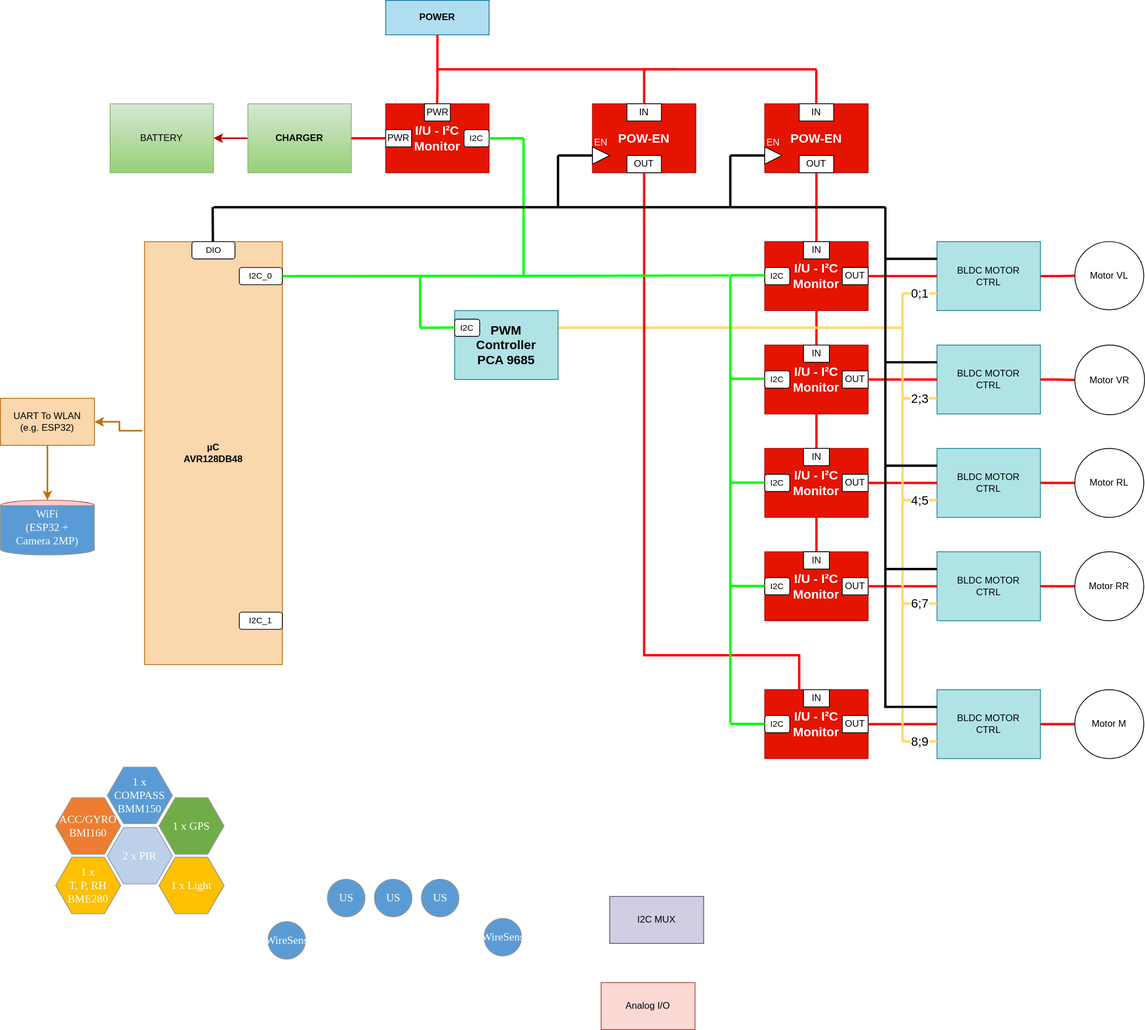
This is docs/Konzept_1.drawio.svg from JakobThiessen/RoboticLawnMower, a draw.io export, as it was before one commit. Source tidied: cells renumbered, new cells last; positions are measured from the earlier drawing's top-left corner, leaving out a move shared by most shapes.
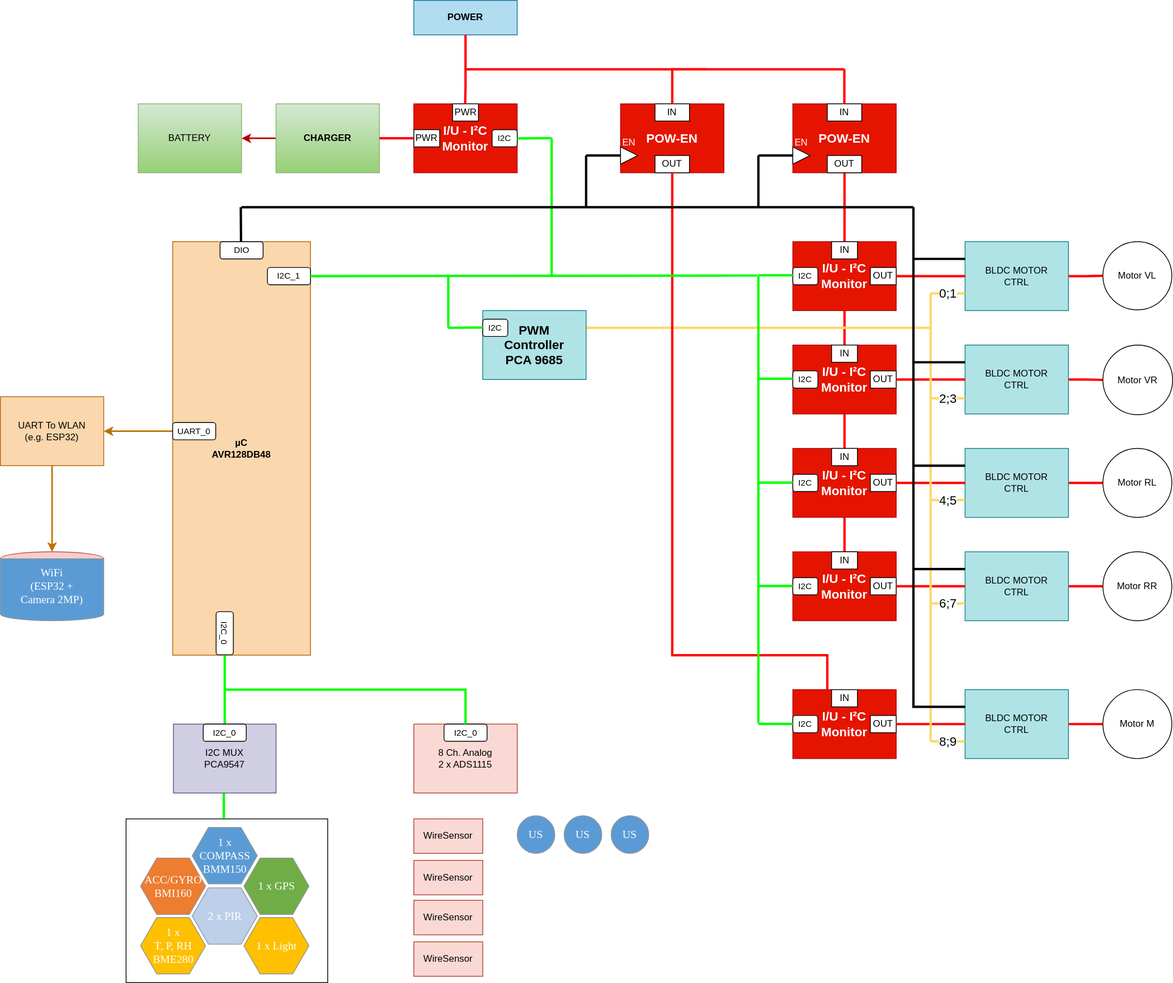
The same diagram one commit later.

Change to the diagram source:
```diff
@@ -2,65 +2,56 @@
   <root>
     <mxCell id="0" />
     <mxCell id="1" parent="0" />
+    <mxCell id="138" style="rounded=0;whiteSpace=wrap;html=1;fontSize=16;fontColor=#000000;" parent="1" vertex="1">
+      <mxGeometry x="124.5" y="1045" width="257.5" height="209" as="geometry" />
+    </mxCell>
     <mxCell id="2" style="edgeStyle=orthogonalEdgeStyle;rounded=0;jettySize=auto;html=1;entryX=0.5;entryY=0;entryDx=0;entryDy=0;fontSize=16;fontColor=#000000;strokeColor=#FF0000;strokeWidth=3;endArrow=none;endFill=0;" parent="1" edge="1" source="48" target="68">
       <mxGeometry relative="1" as="geometry" />
     </mxCell>
     <mxCell id="3" style="vsdxID=5;fillColor=#5b9bd5;gradientColor=none;shape=(stored shape, 216 characters);strokeColor=#939393;labelBackgroundColor=none;rounded=0;html=1;whiteSpace=wrap;" parent="1" vertex="1">
-      <mxGeometry x="417.5" y="1122" width="48" height="48" as="geometry" />
+      <mxGeometry x="624" y="1041" width="48" height="48" as="geometry" />
     </mxCell>
     <mxCell id="4" value="&lt;div style=&quot;font-size: 1px&quot;&gt;&lt;font style=&quot;font-size:14.11px;font-family:Calibri;color:#feffff;direction:ltr;letter-spacing:0px;line-height:120%;opacity:1&quot;&gt;US&lt;br/&gt;&lt;/font&gt;&lt;/div&gt;" style="text;vsdxID=5;fillColor=none;gradientColor=none;strokeColor=none;labelBackgroundColor=none;rounded=0;html=1;whiteSpace=wrap;verticalAlign=middle;align=center;html=1;" parent="3" vertex="1">
       <mxGeometry x="3" y="6" width="42" height="36" as="geometry" />
     </mxCell>
     <mxCell id="5" style="vsdxID=6;fillColor=#5b9bd5;gradientColor=none;shape=(stored shape, 216 characters);strokeColor=#939393;labelBackgroundColor=none;rounded=0;html=1;whiteSpace=wrap;" parent="1" vertex="1">
-      <mxGeometry x="537.5" y="1122" width="48" height="48" as="geometry" />
+      <mxGeometry x="744" y="1041" width="48" height="48" as="geometry" />
     </mxCell>
     <mxCell id="6" value="&lt;div style=&quot;font-size: 1px&quot;&gt;&lt;font style=&quot;font-size:14.11px;font-family:Calibri;color:#feffff;direction:ltr;letter-spacing:0px;line-height:120%;opacity:1&quot;&gt;US&lt;br/&gt;&lt;/font&gt;&lt;/div&gt;" style="text;vsdxID=6;fillColor=none;gradientColor=none;strokeColor=none;labelBackgroundColor=none;rounded=0;html=1;whiteSpace=wrap;verticalAlign=middle;align=center;html=1;" parent="5" vertex="1">
       <mxGeometry x="3" y="6" width="42" height="36" as="geometry" />
     </mxCell>
     <mxCell id="7" style="vsdxID=7;fillColor=#5b9bd5;gradientColor=none;shape=(stored shape, 216 characters);strokeColor=#939393;labelBackgroundColor=none;rounded=0;html=1;whiteSpace=wrap;" parent="1" vertex="1">
-      <mxGeometry x="477.5" y="1122" width="48" height="48" as="geometry" />
+      <mxGeometry x="684" y="1041" width="48" height="48" as="geometry" />
     </mxCell>
     <mxCell id="8" value="&lt;div style=&quot;font-size: 1px&quot;&gt;&lt;font style=&quot;font-size:14.11px;font-family:Calibri;color:#feffff;direction:ltr;letter-spacing:0px;line-height:120%;opacity:1&quot;&gt;US&lt;br/&gt;&lt;/font&gt;&lt;/div&gt;" style="text;vsdxID=7;fillColor=none;gradientColor=none;strokeColor=none;labelBackgroundColor=none;rounded=0;html=1;whiteSpace=wrap;verticalAlign=middle;align=center;html=1;" parent="7" vertex="1">
       <mxGeometry x="3" y="6" width="42" height="36" as="geometry" />
     </mxCell>
     <mxCell id="9" value="&lt;div style=&quot;font-size: 1px&quot;&gt;&lt;font style=&quot;font-size:14.11px;font-family:Calibri;color:#feffff;direction:ltr;letter-spacing:0px;line-height:120%;opacity:1&quot;&gt;ACC/GYRO&lt;br/&gt;BMI160&lt;br/&gt;&lt;/font&gt;&lt;/div&gt;" style="verticalAlign=middle;align=center;vsdxID=8;fillColor=#ed7d31;gradientColor=none;shape=(stored shape, 196 characters);strokeColor=#939393;labelBackgroundColor=none;rounded=0;html=1;whiteSpace=wrap;" parent="1" vertex="1">
-      <mxGeometry x="76" y="1018" width="72" height="72" as="geometry" />
+      <mxGeometry x="148.5" y="1095" width="72" height="72" as="geometry" />
     </mxCell>
     <mxCell id="10" value="&lt;div style=&quot;font-size: 1px&quot;&gt;&lt;font style=&quot;font-size:14.11px;font-family:Calibri;color:#feffff;direction:ltr;letter-spacing:0px;line-height:120%;opacity:1&quot;&gt;1 x COMPASS&lt;br&gt;BMM150&lt;br&gt;&lt;/font&gt;&lt;/div&gt;" style="verticalAlign=middle;align=center;vsdxID=9;fillColor=#5b9bd5;gradientColor=none;shape=(stored shape, 196 characters);strokeColor=#939393;labelBackgroundColor=none;rounded=0;html=1;whiteSpace=wrap;" parent="1" vertex="1">
-      <mxGeometry x="142" y="979" width="72" height="72" as="geometry" />
+      <mxGeometry x="214.5" y="1056" width="72" height="72" as="geometry" />
     </mxCell>
     <mxCell id="11" value="&lt;div style=&quot;font-size: 1px&quot;&gt;&lt;font style=&quot;font-size:14.11px;font-family:Calibri;color:#feffff;direction:ltr;letter-spacing:0px;line-height:120%;opacity:1&quot;&gt;1 x GPS&lt;br/&gt;&lt;/font&gt;&lt;/div&gt;" style="verticalAlign=middle;align=center;vsdxID=10;fillColor=#70ad47;gradientColor=none;shape=(stored shape, 196 characters);strokeColor=#939393;labelBackgroundColor=none;rounded=0;html=1;whiteSpace=wrap;" parent="1" vertex="1">
-      <mxGeometry x="208" y="1018" width="72" height="72" as="geometry" />
+      <mxGeometry x="280.5" y="1095" width="72" height="72" as="geometry" />
     </mxCell>
     <mxCell id="12" style="vsdxID=13;fillColor=#f8cecc;shape=(stored shape, 216 characters);strokeColor=#b85450;labelBackgroundColor=none;rounded=0;html=1;whiteSpace=wrap;gradientColor=none;" parent="1" vertex="1">
-      <mxGeometry y="638" width="120" height="70" as="geometry" />
+      <mxGeometry x="-36" y="704" width="132" height="88" as="geometry" />
     </mxCell>
     <mxCell id="13" style="vsdxID=14;fillColor=#5b9bd5;gradientColor=none;shape=(stored shape, 228 characters);strokeColor=#939393;labelBackgroundColor=none;rounded=0;html=1;whiteSpace=wrap;" parent="12" vertex="1">
-      <mxGeometry width="120" height="70" as="geometry" />
+      <mxGeometry width="132" height="88" as="geometry" />
     </mxCell>
     <mxCell id="14" value="&lt;div style=&quot;font-size: 1px&quot;&gt;&lt;font style=&quot;font-size:14.11px;font-family:Calibri;color:#feffff;direction:ltr;letter-spacing:0px;line-height:120%;opacity:1&quot;&gt;WiFi&lt;br/&gt;(ESP32 +&lt;br/&gt;Camera 2MP)&lt;br/&gt;&lt;/font&gt;&lt;/div&gt;" style="text;vsdxID=13;fillColor=none;gradientColor=none;strokeColor=none;points=[[0,0.5,0],[1,0.5,0],[0.5,1,0],[0.5,0,0],[0.5,0.2,0]];labelBackgroundColor=none;rounded=0;html=1;whiteSpace=wrap;verticalAlign=middle;align=center;html=1;" parent="12" vertex="1">
-      <mxGeometry width="120" height="70" as="geometry" />
+      <mxGeometry width="132" height="88" as="geometry" />
     </mxCell>
-    <mxCell id="15" style="vsdxID=20;fillColor=#5b9bd5;gradientColor=none;shape=(stored shape, 216 characters);strokeColor=#939393;labelBackgroundColor=none;rounded=0;html=1;whiteSpace=wrap;" parent="1" vertex="1">
-      <mxGeometry x="341.5" y="1176" width="48" height="48" as="geometry" />
-    </mxCell>
-    <mxCell id="16" value="&lt;div style=&quot;font-size: 1px&quot;&gt;&lt;font style=&quot;font-size:14.11px;font-family:Calibri;color:#feffff;direction:ltr;letter-spacing:0px;line-height:120%;opacity:1&quot;&gt;WireSens&lt;br/&gt;&lt;/font&gt;&lt;/div&gt;" style="text;vsdxID=20;fillColor=none;gradientColor=none;strokeColor=none;labelBackgroundColor=none;rounded=0;html=1;whiteSpace=wrap;verticalAlign=middle;align=center;html=1;" parent="15" vertex="1">
-      <mxGeometry x="3" y="6" width="42" height="36" as="geometry" />
-    </mxCell>
-    <mxCell id="17" style="vsdxID=21;fillColor=#5b9bd5;gradientColor=none;shape=(stored shape, 216 characters);strokeColor=#939393;labelBackgroundColor=none;rounded=0;html=1;whiteSpace=wrap;" parent="1" vertex="1">
-      <mxGeometry x="617.5" y="1172" width="48" height="48" as="geometry" />
-    </mxCell>
-    <mxCell id="18" value="&lt;div style=&quot;font-size: 1px&quot;&gt;&lt;font style=&quot;font-size:14.11px;font-family:Calibri;color:#feffff;direction:ltr;letter-spacing:0px;line-height:120%;opacity:1&quot;&gt;WireSens&lt;br/&gt;&lt;/font&gt;&lt;/div&gt;" style="text;vsdxID=21;fillColor=none;gradientColor=none;strokeColor=none;labelBackgroundColor=none;rounded=0;html=1;whiteSpace=wrap;verticalAlign=middle;align=center;html=1;" parent="17" vertex="1">
-      <mxGeometry x="3" y="6" width="42" height="36" as="geometry" />
-    </mxCell>
     <mxCell id="19" value="&lt;div style=&quot;font-size: 1px&quot;&gt;&lt;font style=&quot;font-size:14.11px;font-family:Calibri;color:#feffff;direction:ltr;letter-spacing:0px;line-height:120%;opacity:1&quot;&gt;2 x PIR&lt;br/&gt;&lt;/font&gt;&lt;/div&gt;" style="verticalAlign=middle;align=center;vsdxID=22;fillColor=#bdd0e9;gradientColor=none;shape=(stored shape, 196 characters);strokeColor=#939393;labelBackgroundColor=none;rounded=0;html=1;whiteSpace=wrap;" parent="1" vertex="1">
-      <mxGeometry x="142" y="1056" width="72" height="72" as="geometry" />
+      <mxGeometry x="214.5" y="1133" width="72" height="72" as="geometry" />
     </mxCell>
     <mxCell id="20" value="&lt;div style=&quot;font-size: 1px&quot;&gt;&lt;font style=&quot;font-size:14.11px;font-family:Calibri;color:#feffff;direction:ltr;letter-spacing:0px;line-height:120%;opacity:1&quot;&gt;1 x &lt;br/&gt;T, P, RH&lt;br/&gt;BME280&lt;br/&gt;&lt;/font&gt;&lt;/div&gt;" style="verticalAlign=middle;align=center;vsdxID=23;fillColor=#fec000;gradientColor=none;shape=(stored shape, 196 characters);strokeColor=#939393;labelBackgroundColor=none;rounded=0;html=1;whiteSpace=wrap;" parent="1" vertex="1">
-      <mxGeometry x="76" y="1094" width="72" height="72" as="geometry" />
+      <mxGeometry x="148.5" y="1171" width="72" height="72" as="geometry" />
     </mxCell>
     <mxCell id="21" value="&lt;div style=&quot;font-size: 1px&quot;&gt;&lt;font style=&quot;font-size:14.11px;font-family:Calibri;color:#feffff;direction:ltr;letter-spacing:0px;line-height:120%;opacity:1&quot;&gt;1 x Light&lt;br/&gt;&lt;/font&gt;&lt;/div&gt;" style="verticalAlign=middle;align=center;vsdxID=24;fillColor=#fec000;gradientColor=none;shape=(stored shape, 196 characters);strokeColor=#939393;labelBackgroundColor=none;rounded=0;html=1;whiteSpace=wrap;" parent="1" vertex="1">
-      <mxGeometry x="208" y="1094" width="72" height="72" as="geometry" />
+      <mxGeometry x="280.5" y="1171" width="72" height="72" as="geometry" />
     </mxCell>
     <mxCell id="22" style="edgeStyle=orthogonalEdgeStyle;rounded=0;jettySize=auto;html=1;exitX=0;exitY=0.5;exitDx=0;exitDy=0;entryX=1;entryY=0.5;entryDx=0;entryDy=0;strokeWidth=2;fillColor=#e51400;strokeColor=#B20000;" parent="1" edge="1" source="23" target="32">
       <mxGeometry relative="1" as="geometry" />
@@ -69,13 +60,16 @@
       <mxGeometry x="316" y="132" width="132" height="88" as="geometry" />
     </mxCell>
     <mxCell id="24" value="µC&lt;br&gt;AVR128DB48" style="rounded=0;whiteSpace=wrap;html=1;fillColor=#fad7ac;strokeColor=#b46504;fontStyle=1;" parent="1" vertex="1">
-      <mxGeometry x="184" y="308" width="176" height="540" as="geometry" />
+      <mxGeometry x="184" y="308" width="176" height="528" as="geometry" />
     </mxCell>
+    <mxCell id="139" style="edgeStyle=orthogonalEdgeStyle;rounded=0;jettySize=auto;html=1;exitX=0.5;exitY=1;exitDx=0;exitDy=0;entryX=0.485;entryY=-0.004;entryDx=0;entryDy=0;entryPerimeter=0;strokeColor=#00FF00;strokeWidth=3;fontSize=16;fontColor=#000000;endArrow=none;endFill=0;" parent="1" edge="1" source="25" target="138">
+      <mxGeometry relative="1" as="geometry" />
+    </mxCell>
-    <mxCell id="25" value="I2C MUX" style="rounded=0;whiteSpace=wrap;html=1;fillColor=#d0cee2;strokeColor=#56517e;" parent="1" vertex="1">
-      <mxGeometry x="778" y="1144" width="120" height="60" as="geometry" />
+    <mxCell id="25" value="I2C MUX&lt;br&gt;PCA9547" style="rounded=0;whiteSpace=wrap;html=1;fillColor=#d0cee2;strokeColor=#56517e;" parent="1" vertex="1">
+      <mxGeometry x="185" y="924" width="131" height="88" as="geometry" />
     </mxCell>
-    <mxCell id="26" value="Analog I/O" style="rounded=0;whiteSpace=wrap;html=1;fillColor=#fad9d5;strokeColor=#ae4132;" parent="1" vertex="1">
-      <mxGeometry x="767" y="1254" width="120" height="60" as="geometry" />
+    <mxCell id="26" value="8 Ch. Analog&lt;br&gt;2 x ADS1115" style="rounded=0;whiteSpace=wrap;html=1;fillColor=#fad9d5;strokeColor=#ae4132;" parent="1" vertex="1">
+      <mxGeometry x="492" y="924" width="132" height="88" as="geometry" />
     </mxCell>
     <mxCell id="27" value="&lt;br&gt;" style="edgeStyle=orthogonalEdgeStyle;rounded=0;jettySize=auto;html=1;strokeColor=#FF0000;strokeWidth=3;fontSize=16;fontColor=#000000;endArrow=none;endFill=0;" parent="1" edge="1" source="28" target="29">
       <mxGeometry relative="1" as="geometry" />
@@ -90,7 +84,7 @@
       <mxGeometry relative="1" as="geometry" />
     </mxCell>
     <mxCell id="31" value="UART To WLAN&lt;br&gt;(e.g. ESP32)" style="rounded=0;whiteSpace=wrap;html=1;fillColor=#fad7ac;strokeColor=#b46504;" parent="1" vertex="1">
-      <mxGeometry y="508" width="120" height="60" as="geometry" />
+      <mxGeometry x="-36" y="506" width="132" height="88" as="geometry" />
     </mxCell>
     <mxCell id="32" value="BATTERY" style="rounded=0;whiteSpace=wrap;html=1;fillColor=#d5e8d4;gradientColor=#97d077;strokeColor=#82b366;" parent="1" vertex="1">
       <mxGeometry x="140" y="132" width="132" height="88" as="geometry" />
@@ -98,7 +92,7 @@
     <mxCell id="33" value="POWER" style="rounded=0;whiteSpace=wrap;html=1;fontStyle=1;fillColor=#b1ddf0;strokeColor=#10739e;" parent="1" vertex="1">
       <mxGeometry x="492" width="132" height="44" as="geometry" />
     </mxCell>
-    <mxCell id="34" style="edgeStyle=orthogonalEdgeStyle;rounded=0;jettySize=auto;html=1;strokeWidth=2;fillColor=#f0a30a;strokeColor=#BD7000;entryX=1;entryY=0.5;entryDx=0;entryDy=0;exitX=-0.016;exitY=0.447;exitDx=0;exitDy=0;exitPerimeter=0;" parent="1" edge="1" source="24" target="31">
+    <mxCell id="34" style="edgeStyle=orthogonalEdgeStyle;rounded=0;jettySize=auto;html=1;strokeWidth=2;fillColor=#f0a30a;strokeColor=#BD7000;entryX=1;entryY=0.5;entryDx=0;entryDy=0;exitX=0;exitY=0.5;exitDx=0;exitDy=0;" parent="1" edge="1" source="141" target="31">
       <mxGeometry relative="1" as="geometry" />
     </mxCell>
     <mxCell id="35" style="group;" parent="1" vertex="1">
@@ -300,11 +294,14 @@
     <mxCell id="96" style="edgeStyle=orthogonalEdgeStyle;rounded=0;jettySize=auto;html=1;entryX=0;entryY=0.5;entryDx=0;entryDy=0;strokeColor=#FF0000;strokeWidth=3;fontSize=16;fontColor=#000000;endArrow=none;endFill=0;" parent="1" edge="1" source="72" target="86">
       <mxGeometry relative="1" as="geometry" />
     </mxCell>
-    <mxCell id="97" value="I2C_0" style="rounded=1;whiteSpace=wrap;html=1;fontSize=11;fontColor=#000000;" parent="1" vertex="1">
+    <mxCell id="97" value="I2C_1" style="rounded=1;whiteSpace=wrap;html=1;fontSize=11;fontColor=#000000;" parent="1" vertex="1">
       <mxGeometry x="305" y="341" width="55" height="22" as="geometry" />
     </mxCell>
+    <mxCell id="140" style="edgeStyle=orthogonalEdgeStyle;rounded=0;jettySize=auto;html=1;exitX=1;exitY=0.5;exitDx=0;exitDy=0;entryX=0.5;entryY=0;entryDx=0;entryDy=0;strokeColor=#00FF00;strokeWidth=3;fontSize=16;fontColor=#000000;endArrow=none;endFill=0;" parent="1" edge="1" source="98" target="25">
+      <mxGeometry relative="1" as="geometry" />
+    </mxCell>
-    <mxCell id="98" value="I2C_1" style="rounded=1;whiteSpace=wrap;html=1;fontSize=11;fontColor=#000000;" parent="1" vertex="1">
-      <mxGeometry x="305" y="781" width="55" height="22" as="geometry" />
+    <mxCell id="98" value="I2C_0" style="rounded=1;whiteSpace=wrap;html=1;fontSize=11;fontColor=#000000;rotation=90;" parent="1" vertex="1">
+      <mxGeometry x="223" y="797" width="55" height="22" as="geometry" />
     </mxCell>
     <mxCell id="99" style="endArrow=none;html=1;rounded=0;strokeColor=#FFD966;strokeWidth=3;fontSize=16;fontColor=#000000;" parent="1" edge="1">
       <mxGeometry relative="1" as="geometry">
@@ -521,5 +518,31 @@
         <mxPoint x="271.3" y="308" as="targetPoint" />
       </mxGeometry>
     </mxCell>
+    <mxCell id="141" value="UART_0" style="rounded=1;whiteSpace=wrap;html=1;fontSize=11;fontColor=#000000;" parent="1" vertex="1">
+      <mxGeometry x="184" y="539" width="55" height="22" as="geometry" />
+    </mxCell>
+    <mxCell id="142" value="I2C_0" style="rounded=1;whiteSpace=wrap;html=1;fontSize=11;fontColor=#000000;rotation=0;" parent="1" vertex="1">
+      <mxGeometry x="223" y="924" width="55" height="22" as="geometry" />
+    </mxCell>
+    <mxCell id="143" value="I2C_0" style="rounded=1;whiteSpace=wrap;html=1;fontSize=11;fontColor=#000000;rotation=0;" parent="1" vertex="1">
+      <mxGeometry x="530.5" y="924" width="55" height="22" as="geometry" />
+    </mxCell>
+    <mxCell id="144" style="edgeStyle=orthogonalEdgeStyle;rounded=0;jettySize=auto;html=1;strokeColor=#00FF00;strokeWidth=3;fontSize=16;fontColor=#000000;endArrow=none;endFill=0;" parent="1" edge="1" target="143">
+      <mxGeometry relative="1" as="geometry">
+        <mxPoint x="250" y="880" as="sourcePoint" />
+      </mxGeometry>
+    </mxCell>
+    <mxCell id="145" value="WireSensor" style="rounded=0;whiteSpace=wrap;html=1;fillColor=#fad9d5;strokeColor=#ae4132;" parent="1" vertex="1">
+      <mxGeometry x="492" y="1045" width="88" height="44" as="geometry" />
+    </mxCell>
+    <mxCell id="146" value="WireSensor" style="rounded=0;whiteSpace=wrap;html=1;fillColor=#fad9d5;strokeColor=#ae4132;" parent="1" vertex="1">
+      <mxGeometry x="492" y="1098" width="88" height="44" as="geometry" />
+    </mxCell>
+    <mxCell id="147" value="WireSensor" style="rounded=0;whiteSpace=wrap;html=1;fillColor=#fad9d5;strokeColor=#ae4132;" parent="1" vertex="1">
+      <mxGeometry x="492" y="1149" width="88" height="44" as="geometry" />
+    </mxCell>
+    <mxCell id="148" value="WireSensor" style="rounded=0;whiteSpace=wrap;html=1;fillColor=#fad9d5;strokeColor=#ae4132;" parent="1" vertex="1">
+      <mxGeometry x="492" y="1202" width="88" height="44" as="geometry" />
+    </mxCell>
   </root>
 </mxGraphModel>
```
